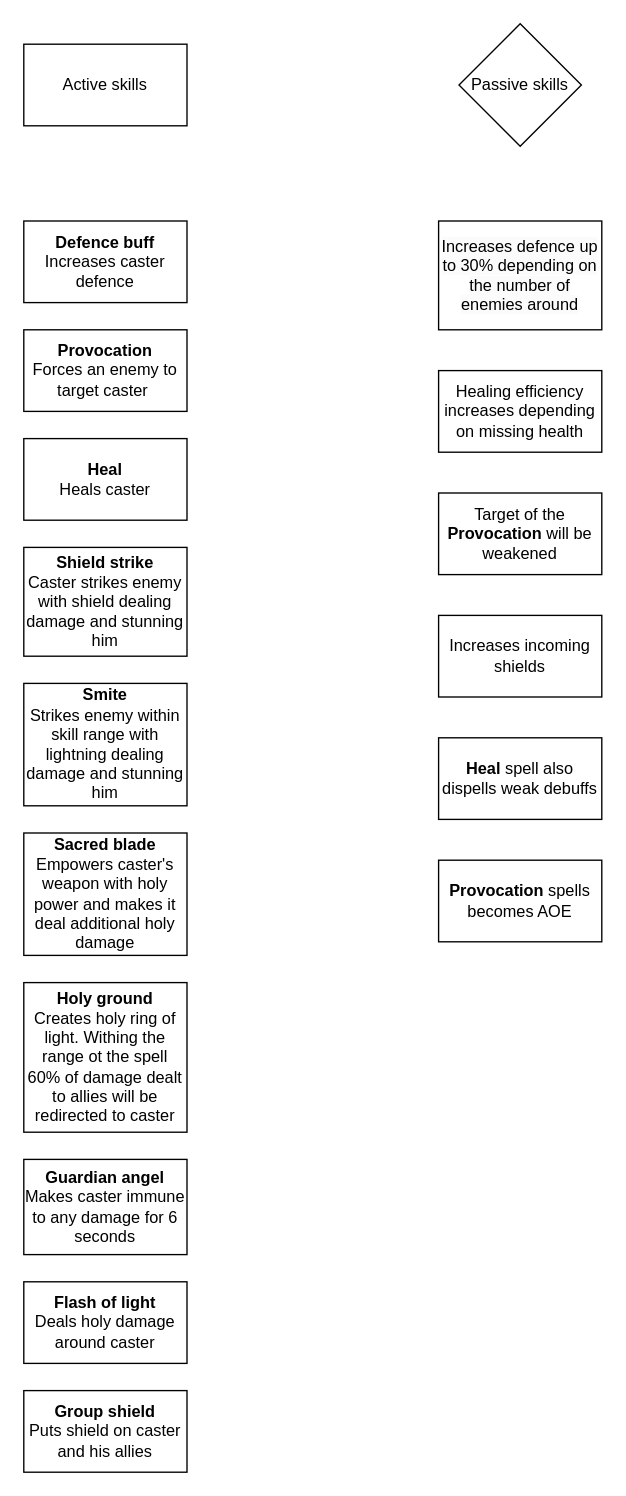
The draw.io diagram page "Paladin skills" (2 of 3) of Solaris.drawio in x3rdev/solaris, before the edit. Source tidied: cells renumbered, new cells numbered last; positions are measured from the earlier drawing's top-left corner, leaving out a move shared by most shapes. Both pictures are drawn from the tidied source at 136%, with x=0, y=0 at pixel (23, 23).
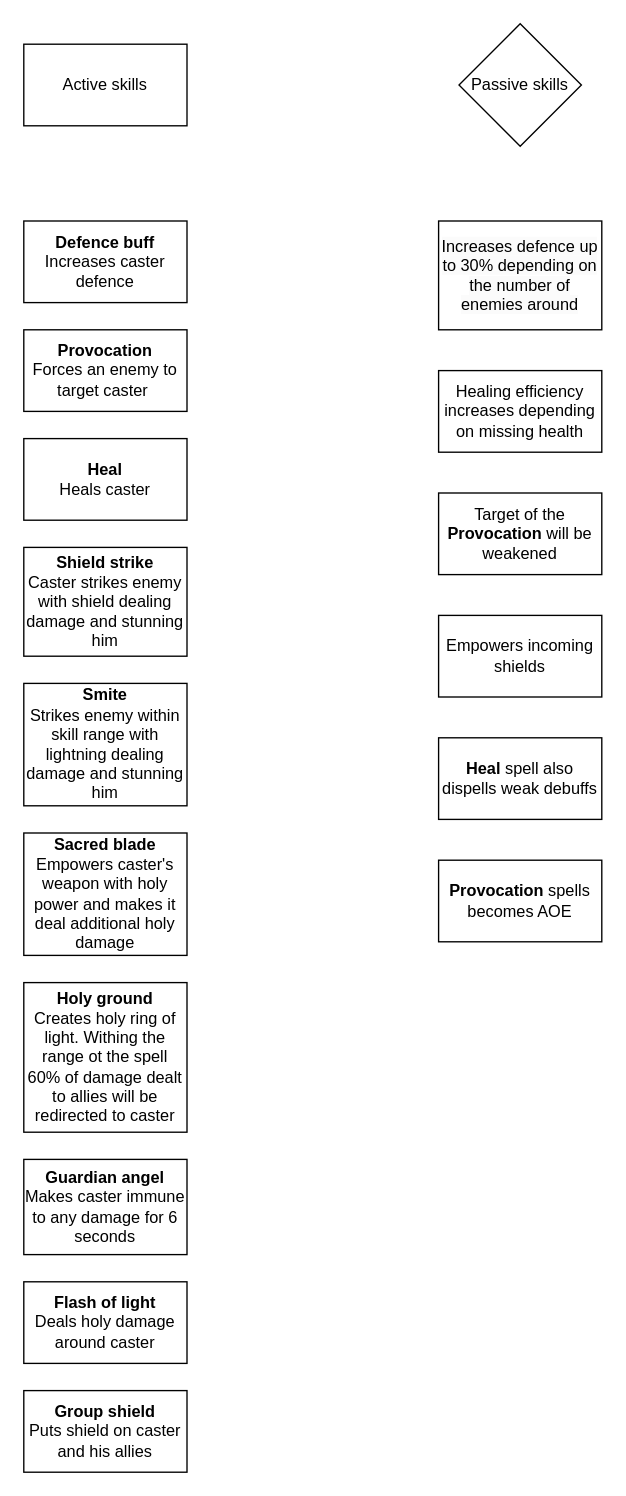
The same diagram, later.

Change to the diagram source:
```diff
@@
 <mxGraphModel>
   <root>
     <mxCell id="0" />
     <mxCell id="1" parent="0" />
     <mxCell id="2" value="&lt;b&gt;Defence buff&lt;/b&gt;&lt;br&gt;Increases caster defence" style="rounded=0;whiteSpace=wrap;html=1;" parent="1" vertex="1">
       <mxGeometry y="145" width="120" height="60" as="geometry" />
     </mxCell>
     <mxCell id="3" value="&lt;b&gt;Provocation&lt;/b&gt;&lt;br&gt;Forces an enemy to target caster&amp;nbsp;" style="rounded=0;whiteSpace=wrap;html=1;" parent="1" vertex="1">
       <mxGeometry y="225" width="120" height="60" as="geometry" />
     </mxCell>
     <mxCell id="4" value="&lt;b&gt;Heal&lt;/b&gt;&lt;br&gt;Heals caster" style="rounded=0;whiteSpace=wrap;html=1;" parent="1" vertex="1">
       <mxGeometry y="305" width="120" height="60" as="geometry" />
     </mxCell>
     <mxCell id="5" value="&lt;b&gt;Shield strike&lt;/b&gt;&lt;br&gt;Caster strikes enemy with shield dealing damage and stunning him" style="rounded=0;whiteSpace=wrap;html=1;" parent="1" vertex="1">
       <mxGeometry y="385" width="120" height="80" as="geometry" />
     </mxCell>
     <mxCell id="6" value="&lt;b&gt;Smite&lt;/b&gt;&lt;br&gt;Strikes enemy within skill range with lightning dealing damage and stunning him" style="rounded=0;whiteSpace=wrap;html=1;" parent="1" vertex="1">
       <mxGeometry y="485" width="120" height="90" as="geometry" />
     </mxCell>
     <mxCell id="7" value="&lt;b&gt;Sacred blade&lt;/b&gt;&lt;br&gt;Empowers caster's weapon with holy power and makes it deal additional holy damage" style="rounded=0;whiteSpace=wrap;html=1;" parent="1" vertex="1">
       <mxGeometry y="595" width="120" height="90" as="geometry" />
     </mxCell>
     <mxCell id="8" value="&lt;b&gt;Holy ground&lt;/b&gt;&lt;br&gt;Creates holy ring of light. Withing the range ot the spell 60% of damage dealt to allies will be redirected to caster" style="rounded=0;whiteSpace=wrap;html=1;" parent="1" vertex="1">
       <mxGeometry y="705" width="120" height="110" as="geometry" />
     </mxCell>
     <mxCell id="9" value="&lt;b&gt;Guardian angel&lt;/b&gt;&lt;br&gt;Makes caster immune to any damage for 6 seconds" style="rounded=0;whiteSpace=wrap;html=1;" parent="1" vertex="1">
       <mxGeometry y="835" width="120" height="70" as="geometry" />
     </mxCell>
     <mxCell id="10" value="&lt;b&gt;Flash of light&lt;/b&gt;&lt;br&gt;Deals holy damage around caster" style="rounded=0;whiteSpace=wrap;html=1;" parent="1" vertex="1">
       <mxGeometry y="925" width="120" height="60" as="geometry" />
     </mxCell>
     <mxCell id="11" value="&lt;b&gt;Group shield&lt;/b&gt;&lt;br&gt;Puts shield on caster and his allies" style="rounded=0;whiteSpace=wrap;html=1;" parent="1" vertex="1">
       <mxGeometry y="1005" width="120" height="60" as="geometry" />
     </mxCell>
     <mxCell id="12" value="Active skills" style="rounded=0;whiteSpace=wrap;html=1;" parent="1" vertex="1">
       <mxGeometry y="15" width="120" height="60" as="geometry" />
     </mxCell>
     <mxCell id="13" value="Passive skills" style="rhombus;whiteSpace=wrap;html=1;" parent="1" vertex="1">
       <mxGeometry x="320" width="90" height="90" as="geometry" />
     </mxCell>
     <mxCell id="14" value="&lt;span style=&quot;color: rgb(0, 0, 0); font-family: Helvetica; font-size: 12px; font-style: normal; font-variant-ligatures: normal; font-variant-caps: normal; font-weight: 400; letter-spacing: normal; orphans: 2; text-align: center; text-indent: 0px; text-transform: none; widows: 2; word-spacing: 0px; -webkit-text-stroke-width: 0px; background-color: rgb(251, 251, 251); text-decoration-thickness: initial; text-decoration-style: initial; text-decoration-color: initial; float: none; display: inline !important;&quot;&gt;Increases defence up to 30% depending on the number of enemies around&lt;/span&gt;" style="rounded=0;whiteSpace=wrap;html=1;" parent="1" vertex="1">
       <mxGeometry x="305" y="145" width="120" height="80" as="geometry" />
     </mxCell>
     <mxCell id="15" value="Healing efficiency increases depending on missing health" style="rounded=0;whiteSpace=wrap;html=1;" parent="1" vertex="1">
       <mxGeometry x="305" y="255" width="120" height="60" as="geometry" />
     </mxCell>
     <mxCell id="16" value="Target of the &lt;b&gt;Provocation &lt;/b&gt;will be weakened" style="rounded=0;whiteSpace=wrap;html=1;" parent="1" vertex="1">
       <mxGeometry x="305" y="345" width="120" height="60" as="geometry" />
     </mxCell>
-    <mxCell id="17" value="Increases incoming shields" style="rounded=0;whiteSpace=wrap;html=1;" parent="1" vertex="1">
+    <mxCell id="17" value="Empowers incoming shields" style="rounded=0;whiteSpace=wrap;html=1;" parent="1" vertex="1">
       <mxGeometry x="305" y="435" width="120" height="60" as="geometry" />
     </mxCell>
     <mxCell id="18" value="&lt;b&gt;Heal &lt;/b&gt;spell also dispells weak debuffs" style="rounded=0;whiteSpace=wrap;html=1;" parent="1" vertex="1">
       <mxGeometry x="305" y="525" width="120" height="60" as="geometry" />
     </mxCell>
     <mxCell id="19" value="&lt;b&gt;Provocation&lt;/b&gt;&amp;nbsp;spells becomes AOE" style="rounded=0;whiteSpace=wrap;html=1;" parent="1" vertex="1">
       <mxGeometry x="305" y="615" width="120" height="60" as="geometry" />
     </mxCell>
   </root>
 </mxGraphModel>
```
